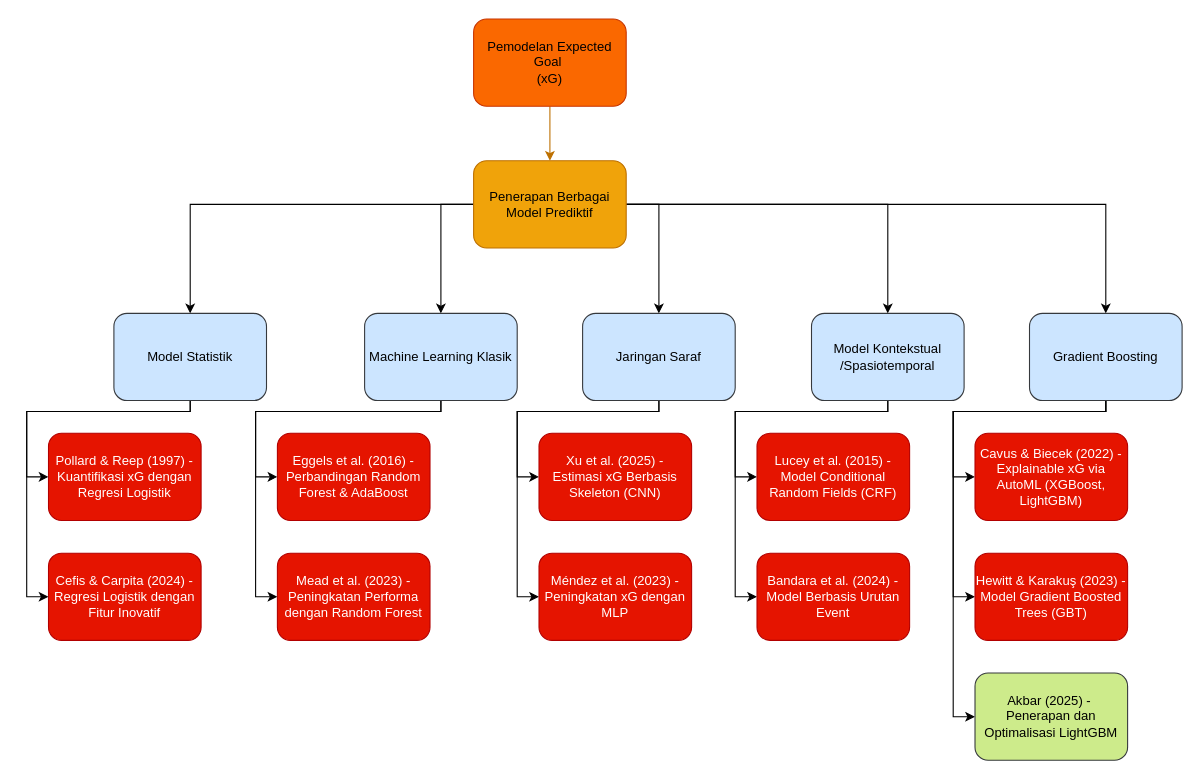
fadhilra101/skripsi keeps this draw.io diagram as diagrams/ranah penelitian.drawio. Above is the earlier version. Source tidied: cells renumbered, new cells numbered last; positions are measured from the earlier drawing's top-left corner, leaving out a move shared by most shapes. Both pictures are drawn from the tidied source at 109%, with x=0, y=0 at pixel (26, 19).
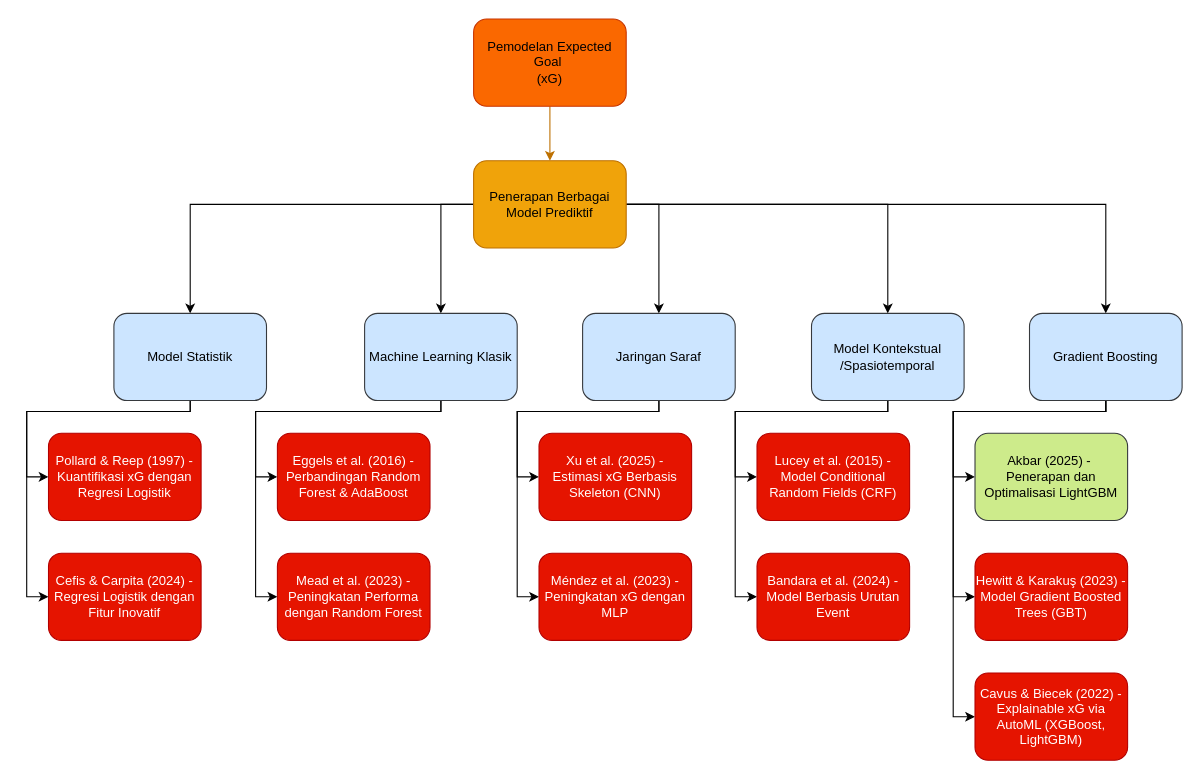
The same page after the edit.

Unchanged cells that the change refers to:
```xml
<mxCell id="25" value="&lt;font color=&quot;#000000&quot;&gt;Gradient Boosting&lt;/font&gt;" style="rounded=1;whiteSpace=wrap;html=1;fillColor=#cce5ff;strokeColor=#36393d;" parent="1" vertex="1">
  <mxGeometry x="920" y="270" width="140" height="80" as="geometry" />
</mxCell>
```

The edit, as a diff of the source:
```diff
@@
-    <mxCell id="22" style="edgeStyle=orthogonalEdgeStyle;shape=connector;rounded=0;jettySize=auto;html=1;entryX=0;entryY=0.5;entryDx=0;entryDy=0;strokeColor=default;align=center;verticalAlign=middle;fontFamily=Helvetica;fontSize=11;fontColor=default;labelBackgroundColor=default;endArrow=classic;" parent="1" edge="1" source="25" target="34">
-      <mxGeometry relative="1" as="geometry">
-        <Array as="points">
-          <mxPoint x="990" y="360" />
-          <mxPoint x="850" y="360" />
-          <mxPoint x="850" y="420" />
-        </Array>
-      </mxGeometry>
-    </mxCell>
@@
-    <mxCell id="24" style="edgeStyle=orthogonalEdgeStyle;shape=connector;rounded=0;jettySize=auto;html=1;entryX=0;entryY=0.5;entryDx=0;entryDy=0;strokeColor=default;align=center;verticalAlign=middle;fontFamily=Helvetica;fontSize=11;fontColor=default;labelBackgroundColor=default;endArrow=classic;" parent="1" edge="1" source="25" target="36">
+    <mxCell id="24" style="edgeStyle=orthogonalEdgeStyle;rounded=0;jettySize=auto;html=1;entryX=0;entryY=0.5;entryDx=0;entryDy=0;" parent="1" edge="1" source="25" target="36">
       <mxGeometry relative="1" as="geometry">
         <Array as="points">
           <mxPoint x="990" y="360" />
           <mxPoint x="850" y="360" />
-          <mxPoint x="850" y="640" />
+          <mxPoint x="850" y="420" />
         </Array>
       </mxGeometry>
     </mxCell>
+    <mxCell id="22" style="edgeStyle=orthogonalEdgeStyle;rounded=0;jettySize=auto;html=1;entryX=0;entryY=0.5;entryDx=0;entryDy=0;" parent="1" edge="1" source="25" target="34">
+      <mxGeometry relative="1" as="geometry">
+        <Array as="points">
+          <mxPoint x="990" y="360" />
+          <mxPoint x="850" y="360" />
+          <mxPoint x="850" y="640" />
+        </Array>
+      </mxGeometry>
+    </mxCell>
@@
     <mxCell id="34" value="&lt;font style=&quot;color: rgb(255, 255, 255);&quot;&gt;Cavus &amp;amp; Biecek (2022) - Explainable xG via AutoML (XGBoost, LightGBM)&lt;/font&gt;" style="rounded=1;whiteSpace=wrap;html=1;fillColor=#e51400;strokeColor=#B20000;fontColor=#ffffff;" parent="1" vertex="1">
-      <mxGeometry x="870" y="380" width="140" height="80" as="geometry" />
+      <mxGeometry x="870" y="600" width="140" height="80" as="geometry" />
     </mxCell>
@@
     <mxCell id="36" value="&lt;font style=&quot;color: rgb(0, 0, 0);&quot;&gt;Akbar (2025) -&amp;nbsp; Penerapan dan Optimalisasi LightGBM&lt;/font&gt;" style="rounded=1;whiteSpace=wrap;html=1;fillColor=#cdeb8b;strokeColor=#36393d;" parent="1" vertex="1">
-      <mxGeometry x="870" y="600" width="140" height="80" as="geometry" />
+      <mxGeometry x="870" y="380" width="140" height="80" as="geometry" />
     </mxCell>
```
